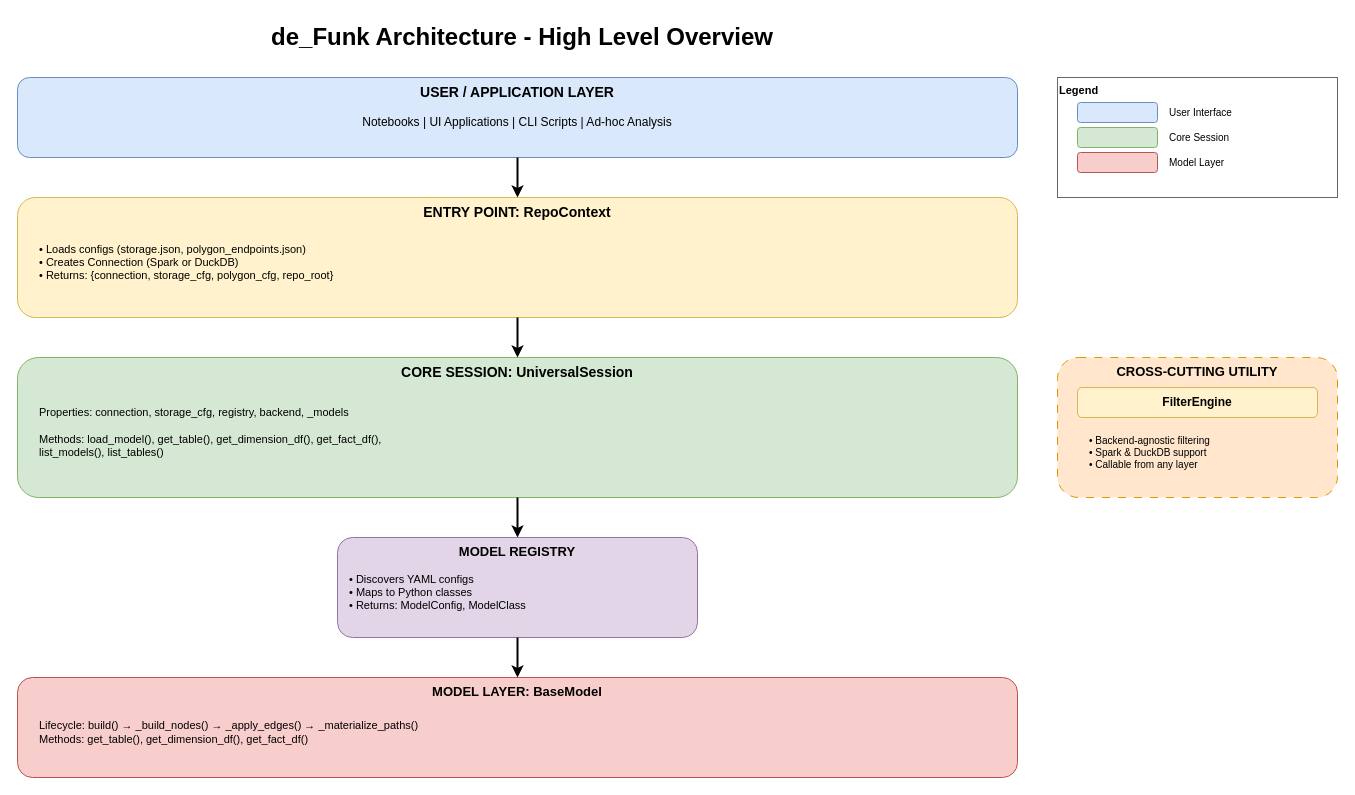
The draw.io diagram page "1. Architecture Overview" (1 of 6) of docs/architecture-diagram.drawio in chntr456/de_Funk, before the edit. Source tidied: cells renumbered, new cells numbered last; positions are measured from the earlier drawing's top-left corner, leaving out a move shared by most shapes. Both pictures are drawn from the tidied source at 100%, with x=0, y=0 at pixel (17, 17).
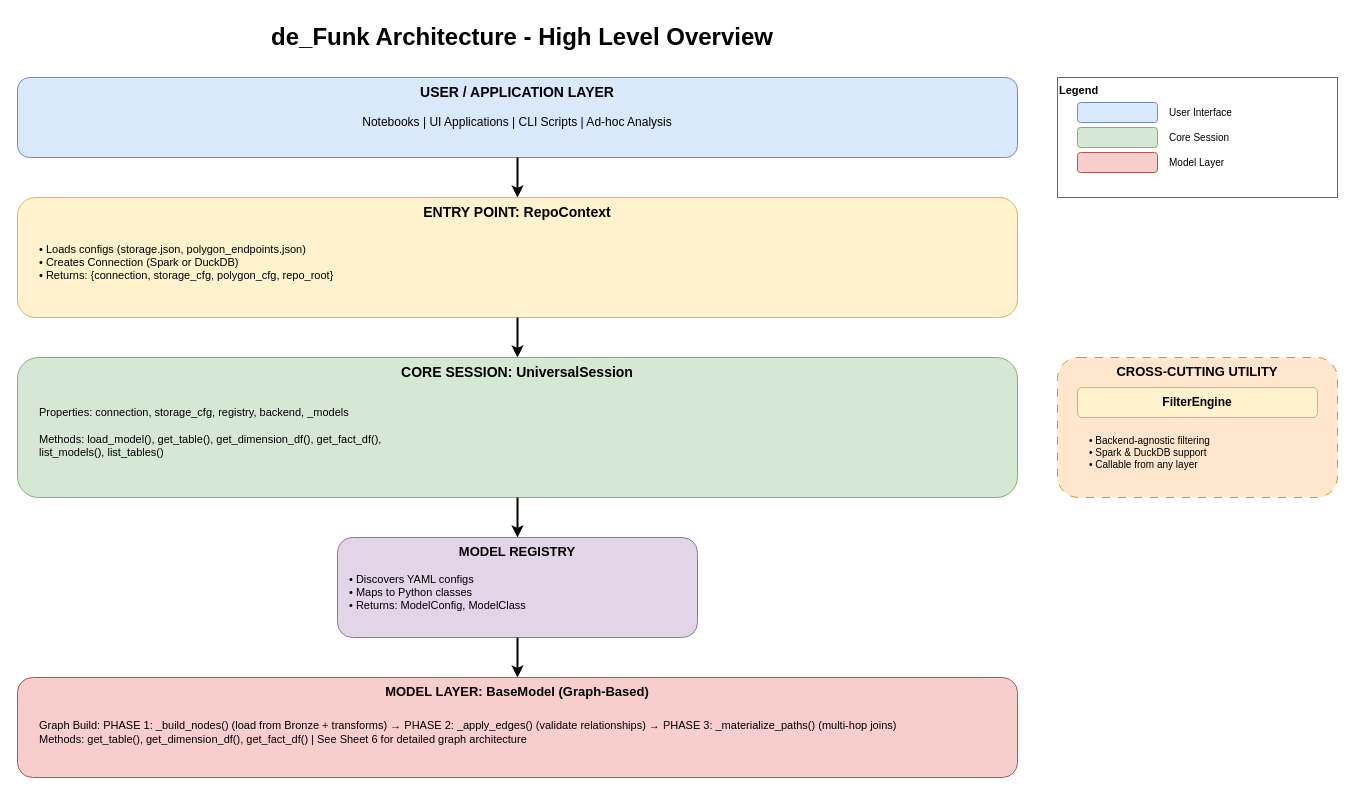
The same page after the edit.

Commit message (it also covers changes not shown here):
docs: Update architecture documentation to emphasize graph-based model system

What changed in the source:
```diff
@@
-    <mxCell id="15" value="MODEL LAYER: BaseModel" style="rounded=1;whiteSpace=wrap;html=1;fillColor=#f8cecc;strokeColor=#b85450;fontSize=13;fontStyle=1;verticalAlign=top;" parent="1" vertex="1">
+    <mxCell id="15" value="MODEL LAYER: BaseModel (Graph-Based)" style="rounded=1;whiteSpace=wrap;html=1;fillColor=#f8cecc;strokeColor=#b85450;fontSize=13;fontStyle=1;verticalAlign=top;" parent="1" vertex="1">
       <mxGeometry y="660" width="1000" height="100" as="geometry" />
     </mxCell>
-    <mxCell id="16" value="Lifecycle: build() → _build_nodes() → _apply_edges() → _materialize_paths()&#10;Methods: get_table(), get_dimension_df(), get_fact_df()" style="text;html=1;strokeColor=none;fillColor=none;align=left;verticalAlign=middle;whiteSpace=wrap;rounded=0;fontSize=11;" parent="1" vertex="1">
+    <mxCell id="16" value="Graph Build: PHASE 1: _build_nodes() (load from Bronze + transforms)  →  PHASE 2: _apply_edges() (validate relationships)  →  PHASE 3: _materialize_paths() (multi-hop joins)&#10;Methods: get_table(), get_dimension_df(), get_fact_df()  |  See Sheet 6 for detailed graph architecture" style="text;html=1;strokeColor=none;fillColor=none;align=left;verticalAlign=middle;whiteSpace=wrap;rounded=0;fontSize=11;" parent="1" vertex="1">
       <mxGeometry x="20" y="690" width="960" height="50" as="geometry" />
     </mxCell>
```
